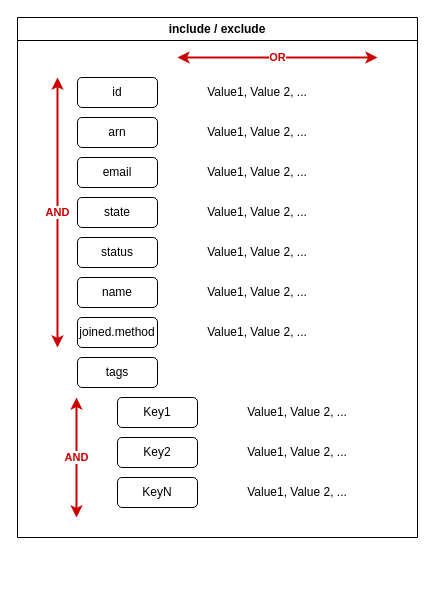
Above: modules/filter/docs/schema.drawio in be-bold/terraform-aws-account-lookup (draw.io), before the change. Source tidied: cells renumbered, new cells numbered last; positions are measured from the earlier drawing's top-left corner, leaving out a move shared by most shapes. Both pictures are drawn from the tidied source at 100%, with x=0, y=0 at pixel (17, 17).
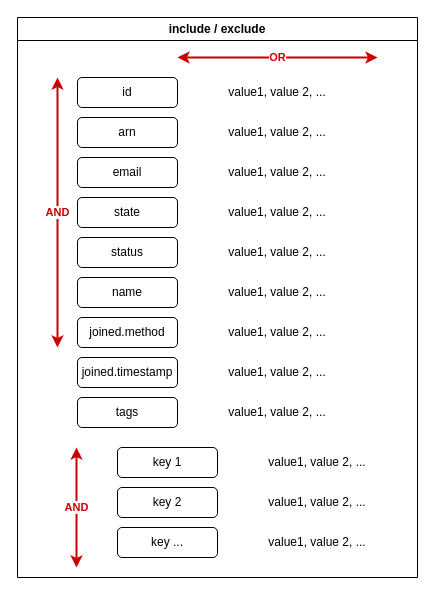
The same page after the edit.

What changed in the source:
```diff
@@
     <mxCell id="2" value="include / exclude" style="swimlane;whiteSpace=wrap;html=1;" parent="1" vertex="1">
-      <mxGeometry width="400" height="520" as="geometry" />
+      <mxGeometry width="400" height="560" as="geometry" />
     </mxCell>
     <mxCell id="3" value="id" style="rounded=1;whiteSpace=wrap;html=1;" parent="2" vertex="1">
-      <mxGeometry x="60" y="60" width="80" height="30" as="geometry" />
+      <mxGeometry x="60" y="60" width="100" height="30" as="geometry" />
     </mxCell>
     <mxCell id="4" value="arn" style="rounded=1;whiteSpace=wrap;html=1;" parent="2" vertex="1">
-      <mxGeometry x="60" y="100" width="80" height="30" as="geometry" />
+      <mxGeometry x="60" y="100" width="100" height="30" as="geometry" />
     </mxCell>
     <mxCell id="5" value="email" style="rounded=1;whiteSpace=wrap;html=1;" parent="2" vertex="1">
-      <mxGeometry x="60" y="140" width="80" height="30" as="geometry" />
+      <mxGeometry x="60" y="140" width="100" height="30" as="geometry" />
     </mxCell>
     <mxCell id="6" value="status" style="rounded=1;whiteSpace=wrap;html=1;" parent="2" vertex="1">
-      <mxGeometry x="60" y="220" width="80" height="30" as="geometry" />
+      <mxGeometry x="60" y="220" width="100" height="30" as="geometry" />
     </mxCell>
-    <mxCell id="7" value="tags" style="rounded=1;whiteSpace=wrap;html=1;" parent="2" vertex="1">
-      <mxGeometry x="60" y="340" width="80" height="30" as="geometry" />
+    <mxCell id="7" value="joined.timestamp" style="rounded=1;whiteSpace=wrap;html=1;" parent="2" vertex="1">
+      <mxGeometry x="60" y="340" width="100" height="30" as="geometry" />
     </mxCell>
@@
-    <mxCell id="9" value="Value1, Value 2, ..." style="text;html=1;strokeColor=none;fillColor=none;align=center;verticalAlign=middle;whiteSpace=wrap;rounded=0;" parent="2" vertex="1">
-      <mxGeometry x="140" y="55" width="200" height="40" as="geometry" />
+    <mxCell id="9" value="value1, value 2, ..." style="text;html=1;strokeColor=none;fillColor=none;align=center;verticalAlign=middle;whiteSpace=wrap;rounded=0;" parent="2" vertex="1">
+      <mxGeometry x="160" y="55" width="200" height="40" as="geometry" />
     </mxCell>
-    <mxCell id="10" value="Value1, Value 2, ..." style="text;html=1;strokeColor=none;fillColor=none;align=center;verticalAlign=middle;whiteSpace=wrap;rounded=0;" parent="2" vertex="1">
-      <mxGeometry x="140" y="135" width="200" height="40" as="geometry" />
+    <mxCell id="10" value="value1, value 2, ..." style="text;html=1;strokeColor=none;fillColor=none;align=center;verticalAlign=middle;whiteSpace=wrap;rounded=0;" parent="2" vertex="1">
+      <mxGeometry x="160" y="135" width="200" height="40" as="geometry" />
     </mxCell>
-    <mxCell id="11" value="Value1, Value 2, ..." style="text;html=1;strokeColor=none;fillColor=none;align=center;verticalAlign=middle;whiteSpace=wrap;rounded=0;" parent="2" vertex="1">
-      <mxGeometry x="140" y="175" width="200" height="40" as="geometry" />
+    <mxCell id="11" value="value1, value 2, ..." style="text;html=1;strokeColor=none;fillColor=none;align=center;verticalAlign=middle;whiteSpace=wrap;rounded=0;" parent="2" vertex="1">
+      <mxGeometry x="160" y="175" width="200" height="40" as="geometry" />
     </mxCell>
@@
-    <mxCell id="13" value="Value1, Value 2, ..." style="text;html=1;strokeColor=none;fillColor=none;align=center;verticalAlign=middle;whiteSpace=wrap;rounded=0;" parent="2" vertex="1">
-      <mxGeometry x="140" y="95" width="200" height="40" as="geometry" />
+    <mxCell id="13" value="value1, value 2, ..." style="text;html=1;strokeColor=none;fillColor=none;align=center;verticalAlign=middle;whiteSpace=wrap;rounded=0;" parent="2" vertex="1">
+      <mxGeometry x="160" y="95" width="200" height="40" as="geometry" />
     </mxCell>
-    <mxCell id="14" value="Key1" style="rounded=1;whiteSpace=wrap;html=1;" parent="2" vertex="1">
-      <mxGeometry x="100" y="380" width="80" height="30" as="geometry" />
+    <mxCell id="14" value="key 1" style="rounded=1;whiteSpace=wrap;html=1;" parent="2" vertex="1">
+      <mxGeometry x="100" y="430" width="100" height="30" as="geometry" />
     </mxCell>
-    <mxCell id="15" value="Key2" style="rounded=1;whiteSpace=wrap;html=1;" parent="2" vertex="1">
-      <mxGeometry x="100" y="420" width="80" height="30" as="geometry" />
+    <mxCell id="15" value="key 2" style="rounded=1;whiteSpace=wrap;html=1;" parent="2" vertex="1">
+      <mxGeometry x="100" y="470" width="100" height="30" as="geometry" />
     </mxCell>
-    <mxCell id="16" value="KeyN" style="rounded=1;whiteSpace=wrap;html=1;" parent="2" vertex="1">
-      <mxGeometry x="100" y="460" width="80" height="30" as="geometry" />
+    <mxCell id="16" value="key ..." style="rounded=1;whiteSpace=wrap;html=1;" parent="2" vertex="1">
+      <mxGeometry x="100" y="510" width="100" height="30" as="geometry" />
     </mxCell>
     <mxCell id="17" value="AND" style="endArrow=classic;startArrow=classic;html=1;rounded=0;fontColor=#CC0000;fontStyle=1;strokeColor=#CC0000;strokeWidth=2;" parent="2" edge="1">
       <mxGeometry relative="1" as="geometry">
-        <mxPoint x="59" y="500" as="sourcePoint" />
-        <mxPoint x="59" y="380" as="targetPoint" />
+        <mxPoint x="59" y="550" as="sourcePoint" />
+        <mxPoint x="59" y="430" as="targetPoint" />
       </mxGeometry>
     </mxCell>
-    <mxCell id="18" value="Value1, Value 2, ..." style="text;html=1;strokeColor=none;fillColor=none;align=center;verticalAlign=middle;whiteSpace=wrap;rounded=0;" parent="2" vertex="1">
-      <mxGeometry x="180" y="375" width="200" height="40" as="geometry" />
+    <mxCell id="18" value="value1, value 2, ..." style="text;html=1;strokeColor=none;fillColor=none;align=center;verticalAlign=middle;whiteSpace=wrap;rounded=0;" parent="2" vertex="1">
+      <mxGeometry x="200" y="425" width="200" height="40" as="geometry" />
     </mxCell>
-    <mxCell id="19" value="Value1, Value 2, ..." style="text;html=1;strokeColor=none;fillColor=none;align=center;verticalAlign=middle;whiteSpace=wrap;rounded=0;" parent="2" vertex="1">
-      <mxGeometry x="180" y="415" width="200" height="40" as="geometry" />
+    <mxCell id="19" value="value1, value 2, ..." style="text;html=1;strokeColor=none;fillColor=none;align=center;verticalAlign=middle;whiteSpace=wrap;rounded=0;" parent="2" vertex="1">
+      <mxGeometry x="200" y="465" width="200" height="40" as="geometry" />
     </mxCell>
-    <mxCell id="20" value="Value1, Value 2, ..." style="text;html=1;strokeColor=none;fillColor=none;align=center;verticalAlign=middle;whiteSpace=wrap;rounded=0;" parent="2" vertex="1">
-      <mxGeometry x="180" y="455" width="200" height="40" as="geometry" />
+    <mxCell id="20" value="value1, value 2, ..." style="text;html=1;strokeColor=none;fillColor=none;align=center;verticalAlign=middle;whiteSpace=wrap;rounded=0;" parent="2" vertex="1">
+      <mxGeometry x="200" y="505" width="200" height="40" as="geometry" />
     </mxCell>
-    <mxCell id="21" value="Value1, Value 2, ..." style="text;html=1;strokeColor=none;fillColor=none;align=center;verticalAlign=middle;whiteSpace=wrap;rounded=0;" parent="2" vertex="1">
-      <mxGeometry x="140" y="255" width="200" height="40" as="geometry" />
+    <mxCell id="21" value="value1, value 2, ..." style="text;html=1;strokeColor=none;fillColor=none;align=center;verticalAlign=middle;whiteSpace=wrap;rounded=0;" parent="2" vertex="1">
+      <mxGeometry x="160" y="255" width="200" height="40" as="geometry" />
     </mxCell>
     <mxCell id="22" value="state" style="rounded=1;whiteSpace=wrap;html=1;" parent="2" vertex="1">
-      <mxGeometry x="60" y="180" width="80" height="30" as="geometry" />
+      <mxGeometry x="60" y="180" width="100" height="30" as="geometry" />
     </mxCell>
-    <mxCell id="23" value="Value1, Value 2, ..." style="text;html=1;strokeColor=none;fillColor=none;align=center;verticalAlign=middle;whiteSpace=wrap;rounded=0;" parent="2" vertex="1">
-      <mxGeometry x="140" y="215" width="200" height="40" as="geometry" />
+    <mxCell id="23" value="value1, value 2, ..." style="text;html=1;strokeColor=none;fillColor=none;align=center;verticalAlign=middle;whiteSpace=wrap;rounded=0;" parent="2" vertex="1">
+      <mxGeometry x="160" y="215" width="200" height="40" as="geometry" />
     </mxCell>
     <mxCell id="24" value="name" style="rounded=1;whiteSpace=wrap;html=1;" parent="2" vertex="1">
-      <mxGeometry x="60" y="260" width="80" height="30" as="geometry" />
+      <mxGeometry x="60" y="260" width="100" height="30" as="geometry" />
     </mxCell>
     <mxCell id="25" value="joined.method" style="rounded=1;whiteSpace=wrap;html=1;" parent="2" vertex="1">
-      <mxGeometry x="60" y="300" width="80" height="30" as="geometry" />
+      <mxGeometry x="60" y="300" width="100" height="30" as="geometry" />
     </mxCell>
-    <mxCell id="26" value="Value1, Value 2, ..." style="text;html=1;strokeColor=none;fillColor=none;align=center;verticalAlign=middle;whiteSpace=wrap;rounded=0;" parent="2" vertex="1">
-      <mxGeometry x="140" y="295" width="200" height="40" as="geometry" />
+    <mxCell id="26" value="value1, value 2, ..." style="text;html=1;strokeColor=none;fillColor=none;align=center;verticalAlign=middle;whiteSpace=wrap;rounded=0;" parent="2" vertex="1">
+      <mxGeometry x="160" y="295" width="200" height="40" as="geometry" />
     </mxCell>
+    <mxCell id="27" value="tags" style="rounded=1;whiteSpace=wrap;html=1;" parent="2" vertex="1">
+      <mxGeometry x="60" y="380" width="100" height="30" as="geometry" />
+    </mxCell>
+    <mxCell id="28" value="value1, value 2, ..." style="text;html=1;strokeColor=none;fillColor=none;align=center;verticalAlign=middle;whiteSpace=wrap;rounded=0;" parent="2" vertex="1">
+      <mxGeometry x="160" y="335" width="200" height="40" as="geometry" />
+    </mxCell>
+    <mxCell id="29" value="value1, value 2, ..." style="text;html=1;strokeColor=none;fillColor=none;align=center;verticalAlign=middle;whiteSpace=wrap;rounded=0;" parent="2" vertex="1">
+      <mxGeometry x="160" y="375" width="200" height="40" as="geometry" />
+    </mxCell>
```
